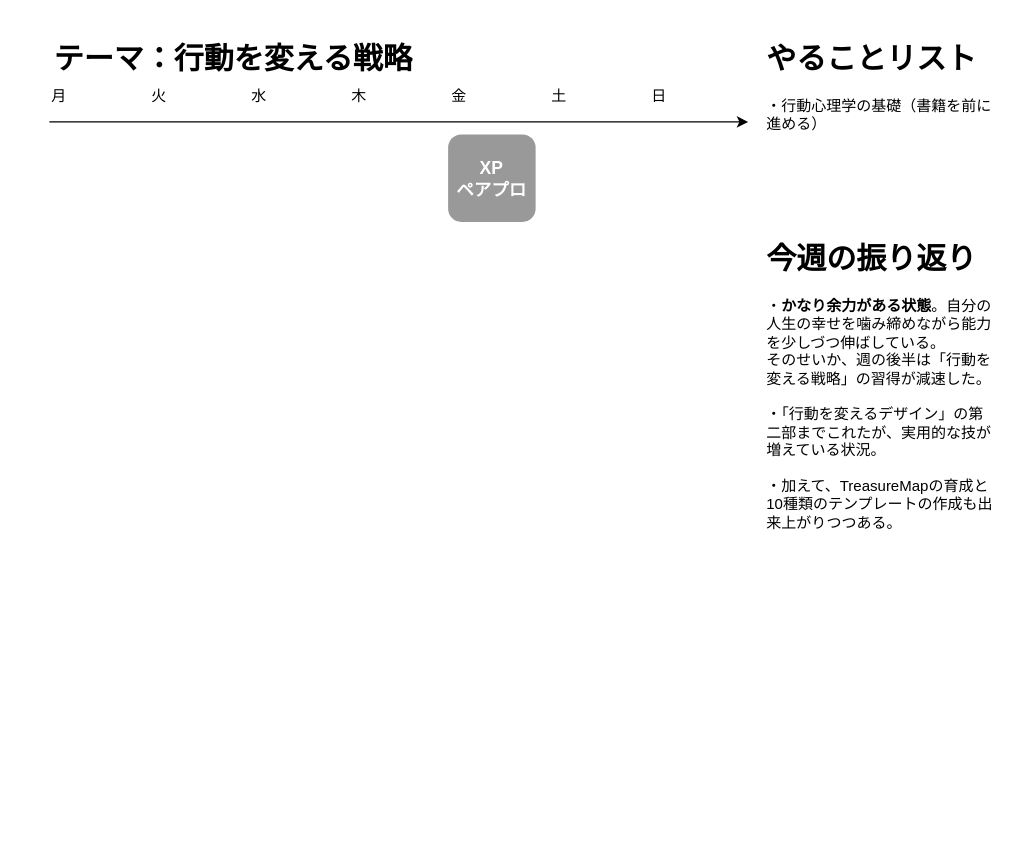
Before: pare101.drawio in minegishirei/draw_v1, a draw.io diagram. Source tidied: cells renumbered, new cells numbered last; positions are measured from the earlier drawing's top-left corner, leaving out a move shared by most shapes. Both pictures are drawn from the tidied source at 125%, with x=0, y=0 at pixel (21, 34).
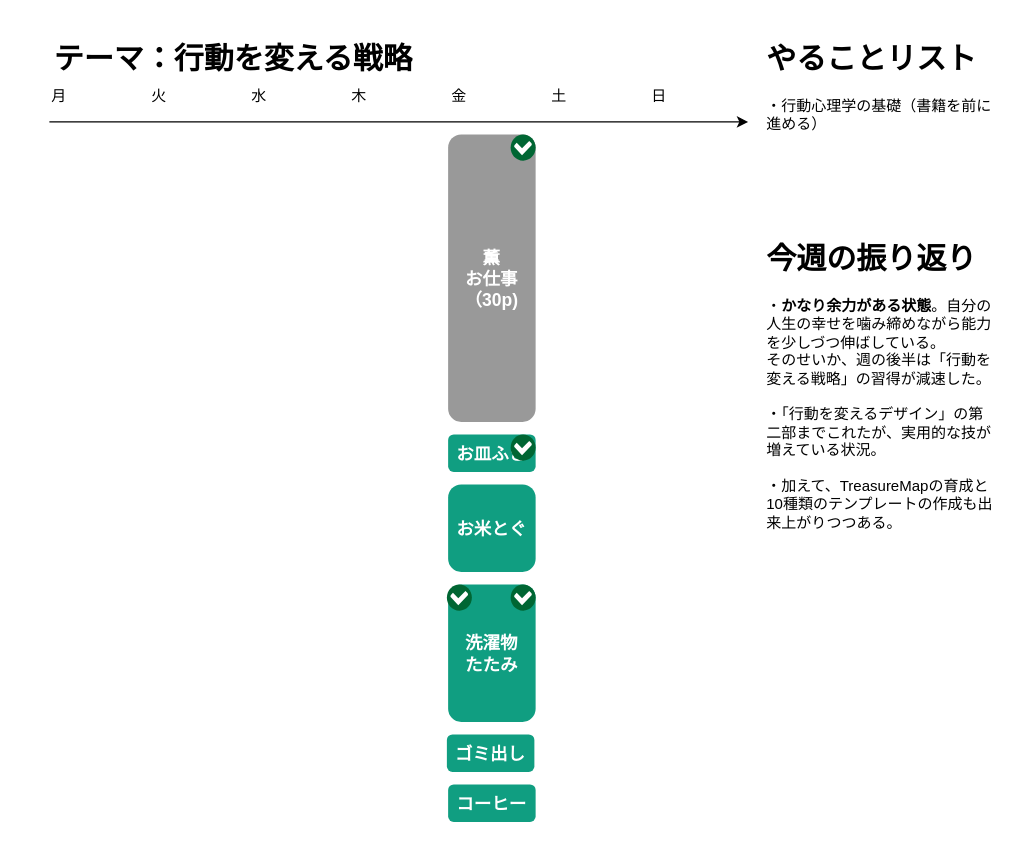
The same diagram, later.

Commit message (it also covers changes not shown here):
pare101.drawio を更新します

The edit, as a diff of the source:
```diff
@@
-    <mxCell id="13" value="XP&#10;ペアプロ" style="rounded=1;fillColor=#999999;strokeColor=none;shadow=0;gradientColor=none;fontStyle=1;fontColor=#FFFFFF;fontSize=14;" parent="1" vertex="1">
-      <mxGeometry x="341" y="80" width="70" height="70" as="geometry" />
+    <mxCell id="13" value="薫&#10;お仕事&#10;（30p)" style="rounded=1;fillColor=#999999;strokeColor=none;shadow=0;gradientColor=none;fontStyle=1;fontColor=#FFFFFF;fontSize=14;" parent="1" vertex="1">
+      <mxGeometry x="341" y="80" width="70" height="230" as="geometry" />
     </mxCell>
+    <mxCell id="14" value="お皿ふき" style="rounded=1;fillColor=#109e81;strokeColor=none;shadow=0;gradientColor=none;fontStyle=1;fontColor=#FFFFFF;fontSize=14;" parent="1" vertex="1">
+      <mxGeometry x="341" y="320" width="70" height="30" as="geometry" />
+    </mxCell>
+    <mxCell id="15" value="洗濯物&#10;たたみ" style="rounded=1;fillColor=#109e81;strokeColor=none;shadow=0;gradientColor=none;fontStyle=1;fontColor=#FFFFFF;fontSize=14;" parent="1" vertex="1">
+      <mxGeometry x="341" y="440" width="70" height="110" as="geometry" />
+    </mxCell>
+    <mxCell id="16" style="shadow=0;dashed=0;html=1;strokeColor=none;fillColor=#006633;labelPosition=center;verticalLabelPosition=bottom;verticalAlign=top;align=center;shape=mxgraph.veeam.checked;" parent="1" vertex="1">
+      <mxGeometry x="340" y="440" width="20" height="21" as="geometry" />
+    </mxCell>
+    <mxCell id="17" style="shadow=0;dashed=0;html=1;strokeColor=none;fillColor=#006633;labelPosition=center;verticalLabelPosition=bottom;verticalAlign=top;align=center;shape=mxgraph.veeam.checked;" parent="1" vertex="1">
+      <mxGeometry x="391" y="440" width="20" height="21" as="geometry" />
+    </mxCell>
+    <mxCell id="18" style="shadow=0;dashed=0;html=1;strokeColor=none;fillColor=#006633;labelPosition=center;verticalLabelPosition=bottom;verticalAlign=top;align=center;shape=mxgraph.veeam.checked;" parent="1" vertex="1">
+      <mxGeometry x="391" y="320" width="20" height="21" as="geometry" />
+    </mxCell>
+    <mxCell id="19" style="shadow=0;dashed=0;html=1;strokeColor=none;fillColor=#006633;labelPosition=center;verticalLabelPosition=bottom;verticalAlign=top;align=center;shape=mxgraph.veeam.checked;" parent="1" vertex="1">
+      <mxGeometry x="391" y="80" width="20" height="21" as="geometry" />
+    </mxCell>
+    <mxCell id="20" value="お米とぐ" style="rounded=1;fillColor=#109e81;strokeColor=none;shadow=0;gradientColor=none;fontStyle=1;fontColor=#FFFFFF;fontSize=14;" parent="1" vertex="1">
+      <mxGeometry x="341" y="360" width="70" height="70" as="geometry" />
+    </mxCell>
+    <mxCell id="21" value="ゴミ出し" style="rounded=1;fillColor=#109e81;strokeColor=none;shadow=0;gradientColor=none;fontStyle=1;fontColor=#FFFFFF;fontSize=14;" parent="1" vertex="1">
+      <mxGeometry x="340" y="560" width="70" height="30" as="geometry" />
+    </mxCell>
+    <mxCell id="22" value="コーヒー" style="rounded=1;fillColor=#109e81;strokeColor=none;shadow=0;gradientColor=none;fontStyle=1;fontColor=#FFFFFF;fontSize=14;" parent="1" vertex="1">
+      <mxGeometry x="341" y="600" width="70" height="30" as="geometry" />
+    </mxCell>
```
